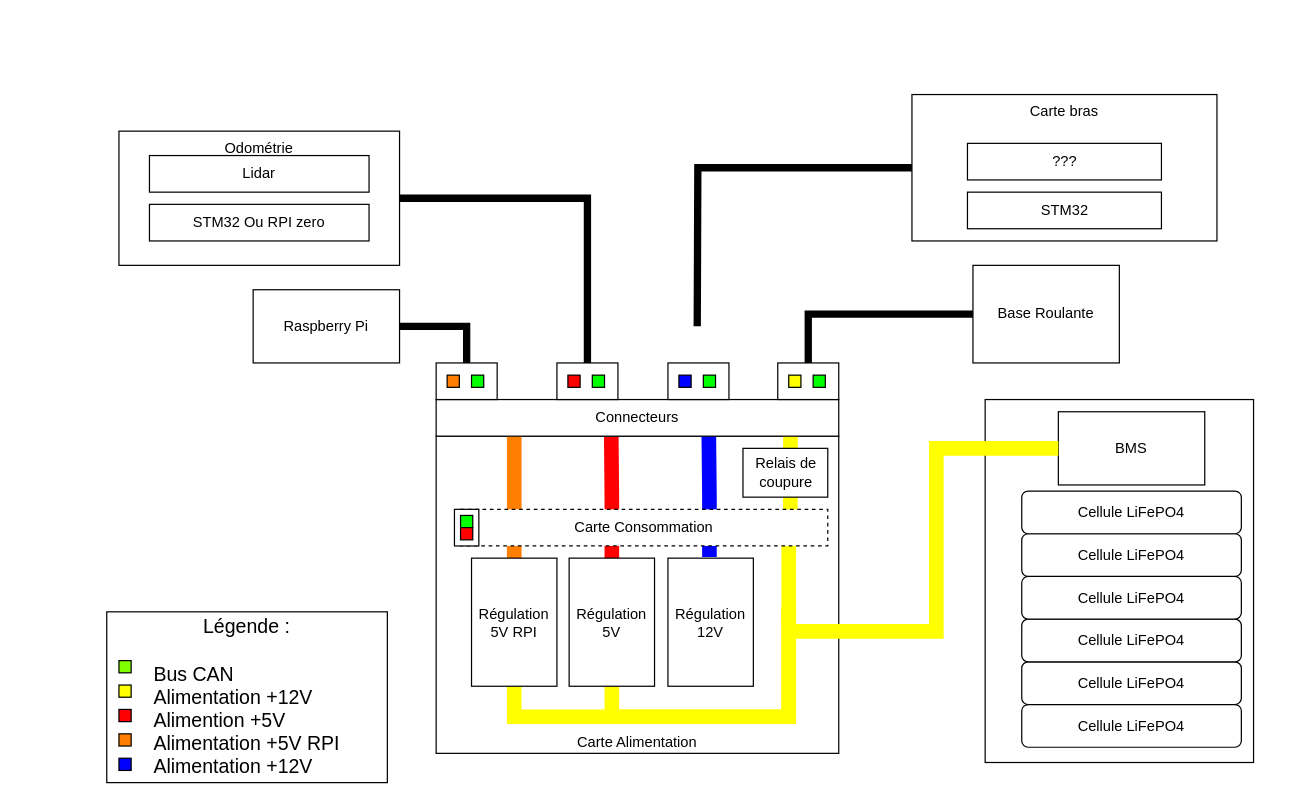
The draw.io diagram Pôle mécatronique/Electronique/Architecture Système.drawio in RobotechNancy/2021-2022, before the edit. Source tidied: cells renumbered, new cells numbered last; positions are measured from the earlier drawing's top-left corner, leaving out a move shared by most shapes. Both pictures are drawn from the tidied source at 122%, with x=0, y=0 at pixel (106, 94).
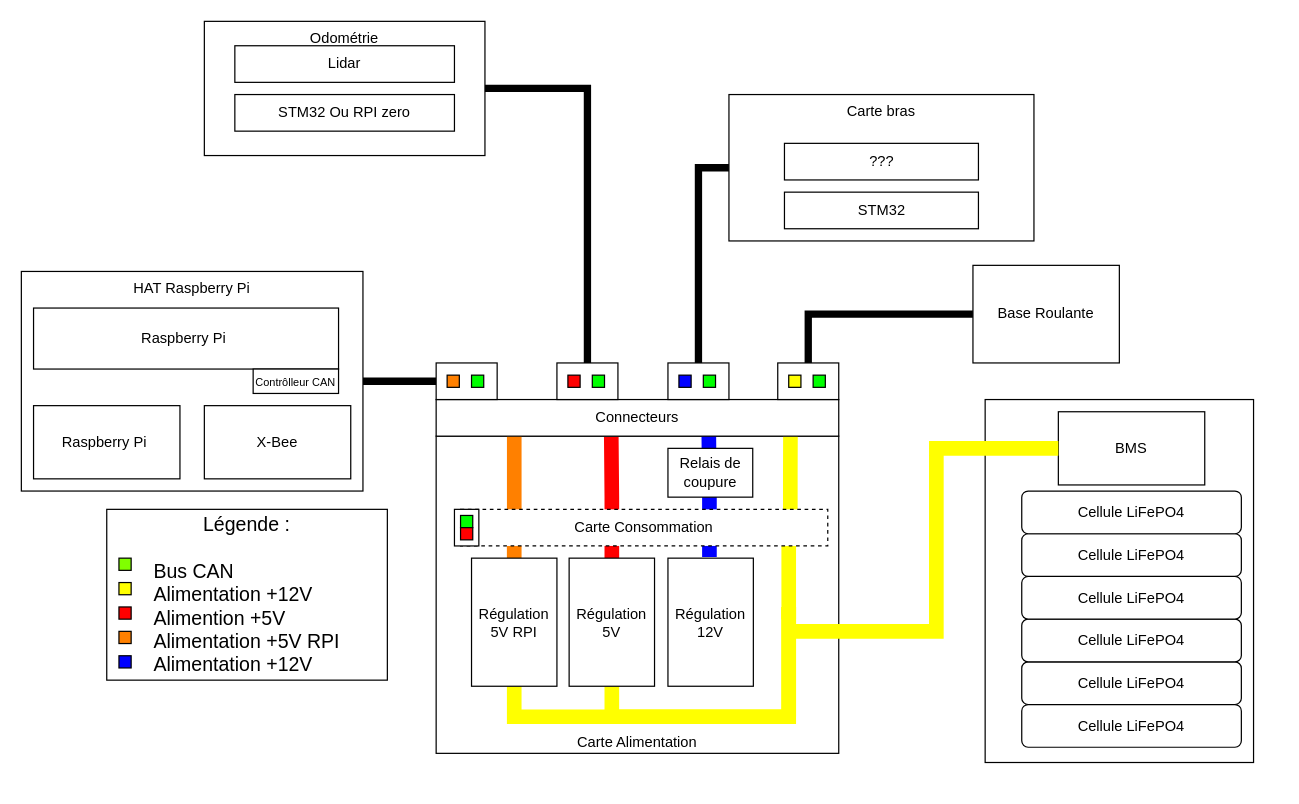
The same diagram, later.

The change refers to these unchanged cells:
```xml
<mxCell id="32" value="Carte bras" style="rounded=0;whiteSpace=wrap;html=1;verticalAlign=top;" parent="31" vertex="1">
  <mxGeometry width="250" height="120" as="geometry" />
</mxCell>
<mxCell id="38" style="rounded=0;whiteSpace=wrap;html=1;" parent="37" vertex="1">
  <mxGeometry width="50" height="30" as="geometry" />
</mxCell>
<mxCell id="66" style="rounded=0;whiteSpace=wrap;html=1;" parent="65" vertex="1">
  <mxGeometry width="50" height="30" as="geometry" />
</mxCell>
```

What changed in the source:
```diff
@@
-    <mxCell id="3" style="edgeStyle=orthogonalEdgeStyle;rounded=0;jumpSize=6;jettySize=auto;html=1;exitX=1;exitY=0.5;exitDx=0;exitDy=0;entryX=0.5;entryY=0;entryDx=0;entryDy=0;endArrow=none;endFill=0;targetPerimeterSpacing=0;strokeColor=#000000;strokeWidth=6;" parent="1" edge="1" source="5" target="38">
+    <mxCell id="3" style="edgeStyle=orthogonalEdgeStyle;rounded=0;jumpSize=6;jettySize=auto;html=1;exitX=1;exitY=0.5;exitDx=0;exitDy=0;endArrow=none;endFill=0;targetPerimeterSpacing=0;strokeColor=#000000;strokeWidth=6;entryX=0;entryY=0.5;entryDx=0;entryDy=0;" parent="1" edge="1" source="5" target="38">
       <mxGeometry relative="1" as="geometry" />
     </mxCell>
@@
-    <mxCell id="5" value="Raspberry Pi" style="rounded=0;whiteSpace=wrap;html=1;" parent="1" vertex="1">
-      <mxGeometry x="120" y="160" width="120" height="60" as="geometry" />
-    </mxCell>
@@
     <mxCell id="26" style="group;" parent="1" vertex="1">
-      <mxGeometry x="10" y="30" width="230" height="110" as="geometry" />
+      <mxGeometry x="80" y="-60" width="230" height="110" as="geometry" />
     </mxCell>
@@
     <mxCell id="31" style="group;" parent="1" vertex="1">
-      <mxGeometry x="660" width="250" height="120" as="geometry" />
+      <mxGeometry x="510" width="250" height="120" as="geometry" />
     </mxCell>
@@
-    <mxCell id="50" style="edgeStyle=orthogonalEdgeStyle;rounded=0;jumpSize=6;jettySize=auto;html=1;exitX=0;exitY=0.5;exitDx=0;exitDy=0;endArrow=none;endFill=0;targetPerimeterSpacing=0;strokeColor=#000000;strokeWidth=6;" parent="1" edge="1" source="32">
-      <mxGeometry relative="1" as="geometry">
-        <mxPoint x="484" y="190" as="targetPoint" />
-      </mxGeometry>
+    <mxCell id="50" style="edgeStyle=orthogonalEdgeStyle;rounded=0;jumpSize=6;jettySize=auto;html=1;exitX=0;exitY=0.5;exitDx=0;exitDy=0;endArrow=none;endFill=0;targetPerimeterSpacing=0;strokeColor=#000000;strokeWidth=6;entryX=0.5;entryY=0;entryDx=0;entryDy=0;" parent="1" edge="1" source="32" target="66">
+      <mxGeometry relative="1" as="geometry" />
     </mxCell>
     <mxCell id="51" style="group;" parent="1" vertex="1">
-      <mxGeometry y="424" width="230" height="130" as="geometry" />
+      <mxGeometry y="340" width="230" height="130" as="geometry" />
     </mxCell>
-    <mxCell id="52" value="&lt;font style=&quot;font-size: 16px&quot;&gt;Légende :&lt;br style=&quot;font-size: 16px&quot;&gt;&lt;br style=&quot;font-size: 16px&quot;&gt;&lt;/font&gt;&lt;div style=&quot;text-align: left ; font-size: 16px&quot;&gt;&lt;span style=&quot;font-size: 16px&quot;&gt;&lt;font style=&quot;font-size: 16px&quot;&gt;Bus CAN&lt;/font&gt;&lt;/span&gt;&lt;/div&gt;&lt;font style=&quot;font-size: 16px&quot;&gt;&lt;div style=&quot;text-align: left ; font-size: 16px&quot;&gt;&lt;span style=&quot;font-size: 16px&quot;&gt;Alimentation +12V&lt;/span&gt;&lt;/div&gt;&lt;div style=&quot;text-align: left ; font-size: 16px&quot;&gt;&lt;span style=&quot;font-size: 16px&quot;&gt;Alimention +5V&lt;/span&gt;&lt;/div&gt;&lt;div style=&quot;text-align: left ; font-size: 16px&quot;&gt;Alimentation +5V RPI&lt;/div&gt;&lt;div style=&quot;text-align: left ; font-size: 16px&quot;&gt;Alimentation +12V&lt;/div&gt;&lt;/font&gt;" style="rounded=0;whiteSpace=wrap;html=1;fillColor=#FFFFFF;fontSize=16;" parent="51" vertex="1">
+    <mxCell id="52" value="&lt;font style=&quot;font-size: 16px&quot;&gt;Légende :&lt;br style=&quot;font-size: 16px&quot;&gt;&lt;br style=&quot;font-size: 16px&quot;&gt;&lt;/font&gt;&lt;div style=&quot;text-align: left ; font-size: 16px&quot;&gt;&lt;span style=&quot;font-size: 16px&quot;&gt;&lt;font style=&quot;font-size: 16px&quot;&gt;Bus CAN&lt;/font&gt;&lt;/span&gt;&lt;/div&gt;&lt;font style=&quot;font-size: 16px&quot;&gt;&lt;div style=&quot;text-align: left ; font-size: 16px&quot;&gt;&lt;span style=&quot;font-size: 16px&quot;&gt;Alimentation +12V&lt;/span&gt;&lt;/div&gt;&lt;div style=&quot;text-align: left ; font-size: 16px&quot;&gt;&lt;span style=&quot;font-size: 16px&quot;&gt;Alimention +5V&lt;/span&gt;&lt;/div&gt;&lt;div style=&quot;text-align: left ; font-size: 16px&quot;&gt;Alimentation +5V RPI&lt;/div&gt;&lt;div style=&quot;text-align: left ; font-size: 16px&quot;&gt;Alimentation +12V&lt;/div&gt;&lt;/font&gt;" style="rounded=0;whiteSpace=wrap;html=1;fontSize=16;" parent="51" vertex="1">
       <mxGeometry width="230" height="140" as="geometry" />
     </mxCell>
@@
     <mxCell id="59" value="Relais de coupure" style="rounded=0;whiteSpace=wrap;html=1;" parent="1" vertex="1">
-      <mxGeometry x="521.5" y="290" width="69.5" height="40" as="geometry" />
+      <mxGeometry x="460" y="290" width="69.5" height="40" as="geometry" />
     </mxCell>
@@
+    <mxCell id="69" style="group;" parent="1" vertex="1">
+      <mxGeometry x="-70" y="145" width="280" height="180" as="geometry" />
+    </mxCell>
+    <mxCell id="5" value="HAT Raspberry Pi" style="rounded=0;whiteSpace=wrap;html=1;verticalAlign=top;" parent="69" vertex="1">
+      <mxGeometry width="280" height="180" as="geometry" />
+    </mxCell>
+    <mxCell id="70" value="Raspberry Pi&amp;nbsp;" style="rounded=0;whiteSpace=wrap;html=1;" parent="69" vertex="1">
+      <mxGeometry x="10" y="30" width="250" height="50" as="geometry" />
+    </mxCell>
+    <mxCell id="71" value="Raspberry Pi&amp;nbsp;" style="rounded=0;whiteSpace=wrap;html=1;" parent="69" vertex="1">
+      <mxGeometry x="10" y="110" width="120" height="60" as="geometry" />
+    </mxCell>
+    <mxCell id="72" value="X-Bee" style="rounded=0;whiteSpace=wrap;html=1;" parent="69" vertex="1">
+      <mxGeometry x="150" y="110" width="120" height="60" as="geometry" />
+    </mxCell>
+    <mxCell id="73" value="&lt;font style=&quot;font-size: 9px&quot;&gt;Contrôlleur CAN&lt;/font&gt;" style="rounded=0;whiteSpace=wrap;html=1;" parent="69" vertex="1">
+      <mxGeometry x="190" y="80" width="70" height="20" as="geometry" />
+    </mxCell>
```
